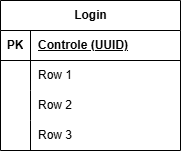
This is others/Diagrama Projeto Evol.drawio.png from nicz-gom/projeto_evol, a draw.io export, as it was before one commit. Source tidied: cells renumbered, new cells last; positions are measured from the earlier drawing's top-left corner, leaving out a move shared by most shapes.
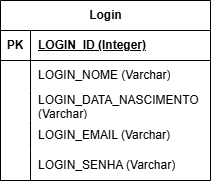
After the commit.

Commit message:
feat: criando a o modelo da tabela de login

Change to the diagram source:
```diff
@@ -3,43 +3,52 @@
     <mxCell id="0" />
     <mxCell id="1" parent="0" />
     <mxCell id="2" value="Login" style="shape=table;startSize=30;rowLines=0;fontStyle=1;align=center;html=1;" parent="1" vertex="1">
-      <mxGeometry width="180" height="150" as="geometry" />
+      <mxGeometry width="210" height="180" as="geometry" />
     </mxCell>
     <mxCell id="3" style="shape=tableRow;horizontal=0;startSize=0;swimlaneHead=0;swimlaneBody=0;fillColor=none;top=0;left=0;right=0;bottom=1;" parent="2" vertex="1">
-      <mxGeometry y="30" width="180" height="30" as="geometry" />
+      <mxGeometry y="30" width="210" height="30" as="geometry" />
     </mxCell>
     <mxCell id="4" value="PK" style="shape=partialRectangle;fillColor=none;top=0;left=0;bottom=0;right=0;fontStyle=1;overflow=hidden;whiteSpace=wrap;html=1;" parent="3" vertex="1">
       <mxGeometry width="30" height="30" as="geometry" />
     </mxCell>
-    <mxCell id="5" value="Controle (UUID)" style="shape=partialRectangle;fillColor=none;top=0;left=0;bottom=0;right=0;align=left;spacingLeft=6;fontStyle=5;overflow=hidden;whiteSpace=wrap;html=1;" parent="3" vertex="1">
-      <mxGeometry x="30" width="150" height="30" as="geometry" />
+    <mxCell id="5" value="LOGIN_ID (Integer)" style="shape=partialRectangle;fillColor=none;top=0;left=0;bottom=0;right=0;align=left;spacingLeft=6;fontStyle=5;overflow=hidden;whiteSpace=wrap;html=1;" parent="3" vertex="1">
+      <mxGeometry x="30" width="180" height="30" as="geometry" />
     </mxCell>
     <mxCell id="6" style="shape=tableRow;horizontal=0;startSize=0;swimlaneHead=0;swimlaneBody=0;fillColor=none;top=0;left=0;right=0;bottom=0;" parent="2" vertex="1">
-      <mxGeometry y="60" width="180" height="30" as="geometry" />
+      <mxGeometry y="60" width="210" height="30" as="geometry" />
     </mxCell>
     <mxCell id="7" style="shape=partialRectangle;fillColor=none;top=0;left=0;bottom=0;right=0;overflow=hidden;whiteSpace=wrap;html=1;" parent="6" vertex="1">
       <mxGeometry width="30" height="30" as="geometry" />
     </mxCell>
-    <mxCell id="8" value="Row 1" style="shape=partialRectangle;fillColor=none;top=0;left=0;bottom=0;right=0;align=left;spacingLeft=6;overflow=hidden;whiteSpace=wrap;html=1;" parent="6" vertex="1">
-      <mxGeometry x="30" width="150" height="30" as="geometry" />
+    <mxCell id="8" value="LOGIN_NOME (Varchar)" style="shape=partialRectangle;fillColor=none;top=0;left=0;bottom=0;right=0;align=left;spacingLeft=6;overflow=hidden;whiteSpace=wrap;html=1;" parent="6" vertex="1">
+      <mxGeometry x="30" width="180" height="30" as="geometry" />
     </mxCell>
     <mxCell id="9" style="shape=tableRow;horizontal=0;startSize=0;swimlaneHead=0;swimlaneBody=0;fillColor=none;top=0;left=0;right=0;bottom=0;" parent="2" vertex="1">
-      <mxGeometry y="90" width="180" height="30" as="geometry" />
+      <mxGeometry y="90" width="210" height="30" as="geometry" />
     </mxCell>
     <mxCell id="10" style="shape=partialRectangle;fillColor=none;top=0;left=0;bottom=0;right=0;overflow=hidden;whiteSpace=wrap;html=1;" parent="9" vertex="1">
       <mxGeometry width="30" height="30" as="geometry" />
     </mxCell>
-    <mxCell id="11" value="Row 2" style="shape=partialRectangle;fillColor=none;top=0;left=0;bottom=0;right=0;align=left;spacingLeft=6;overflow=hidden;whiteSpace=wrap;html=1;" parent="9" vertex="1">
-      <mxGeometry x="30" width="150" height="30" as="geometry" />
+    <mxCell id="11" value="LOGIN_DATA_NASCIMENTO (Varchar)" style="shape=partialRectangle;fillColor=none;top=0;left=0;bottom=0;right=0;align=left;spacingLeft=6;overflow=hidden;whiteSpace=wrap;html=1;" parent="9" vertex="1">
+      <mxGeometry x="30" width="180" height="30" as="geometry" />
     </mxCell>
     <mxCell id="12" style="shape=tableRow;horizontal=0;startSize=0;swimlaneHead=0;swimlaneBody=0;fillColor=none;top=0;left=0;right=0;bottom=0;" parent="2" vertex="1">
-      <mxGeometry y="120" width="180" height="30" as="geometry" />
+      <mxGeometry y="120" width="210" height="30" as="geometry" />
     </mxCell>
     <mxCell id="13" style="shape=partialRectangle;fillColor=none;top=0;left=0;bottom=0;right=0;overflow=hidden;whiteSpace=wrap;html=1;" parent="12" vertex="1">
       <mxGeometry width="30" height="30" as="geometry" />
     </mxCell>
-    <mxCell id="14" value="Row 3" style="shape=partialRectangle;fillColor=none;top=0;left=0;bottom=0;right=0;align=left;spacingLeft=6;overflow=hidden;whiteSpace=wrap;html=1;" parent="12" vertex="1">
-      <mxGeometry x="30" width="150" height="30" as="geometry" />
+    <mxCell id="14" value="LOGIN_EMAIL (Varchar)" style="shape=partialRectangle;fillColor=none;top=0;left=0;bottom=0;right=0;align=left;spacingLeft=6;overflow=hidden;whiteSpace=wrap;html=1;" parent="12" vertex="1">
+      <mxGeometry x="30" width="180" height="30" as="geometry" />
     </mxCell>
+    <mxCell id="15" style="shape=tableRow;horizontal=0;startSize=0;swimlaneHead=0;swimlaneBody=0;fillColor=none;top=0;left=0;right=0;bottom=0;" parent="2" vertex="1">
+      <mxGeometry y="150" width="210" height="30" as="geometry" />
+    </mxCell>
+    <mxCell id="16" style="shape=partialRectangle;fillColor=none;top=0;left=0;bottom=0;right=0;overflow=hidden;whiteSpace=wrap;html=1;" parent="15" vertex="1">
+      <mxGeometry width="30" height="30" as="geometry" />
+    </mxCell>
+    <mxCell id="17" value="LOGIN_SENHA (Varchar)" style="shape=partialRectangle;fillColor=none;top=0;left=0;bottom=0;right=0;align=left;spacingLeft=6;overflow=hidden;whiteSpace=wrap;html=1;" parent="15" vertex="1">
+      <mxGeometry x="30" width="180" height="30" as="geometry" />
+    </mxCell>
   </root>
 </mxGraphModel>
```
